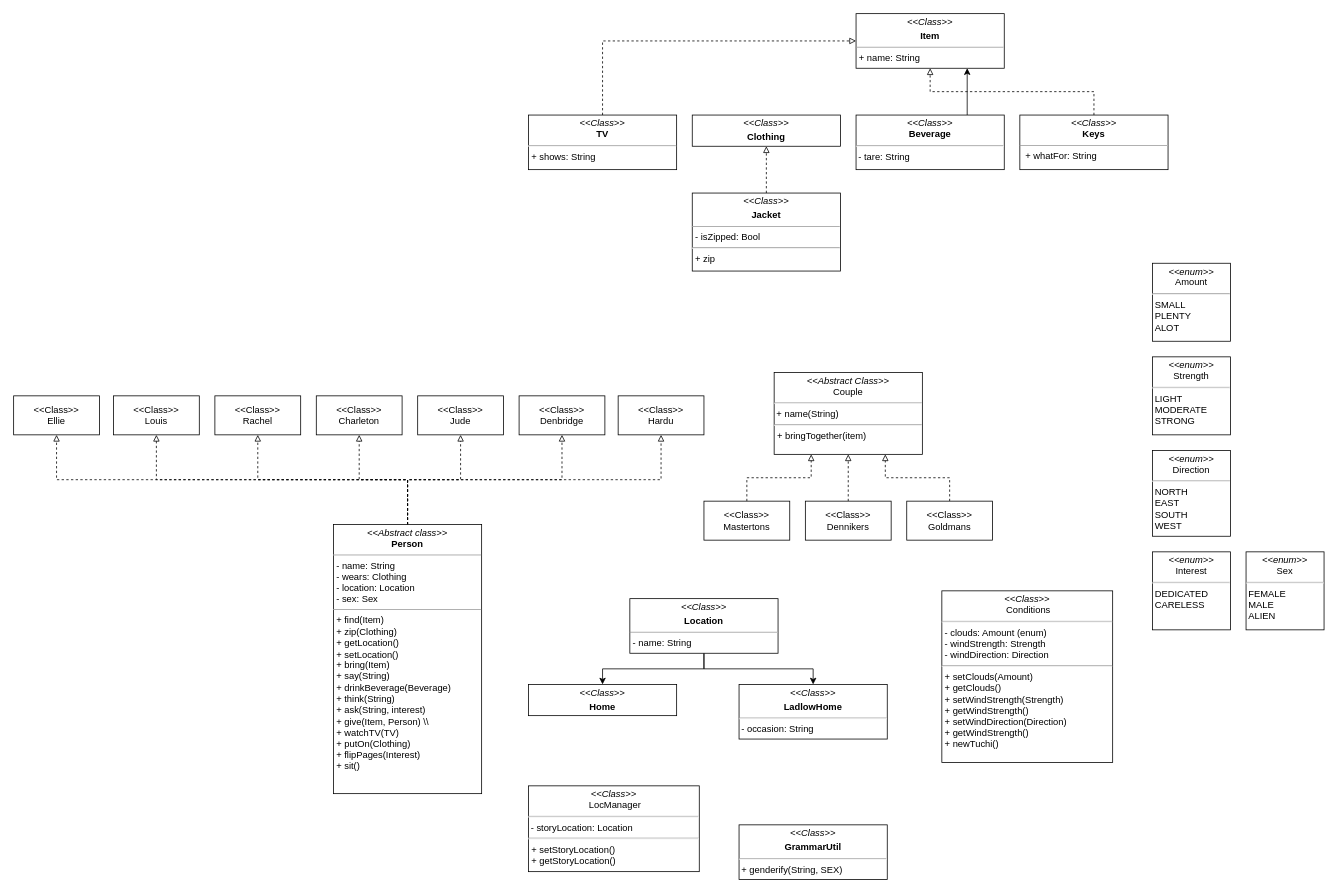
This is Untitled Diagram.drawio from Sat1l/laba4, a draw.io file, before an edit. Source tidied: cells renumbered, new cells numbered last; positions are measured from the earlier drawing's top-left corner, leaving out a move shared by most shapes. Both pictures are drawn from the tidied source at 78%, with x=0, y=0 at pixel (13, 13).
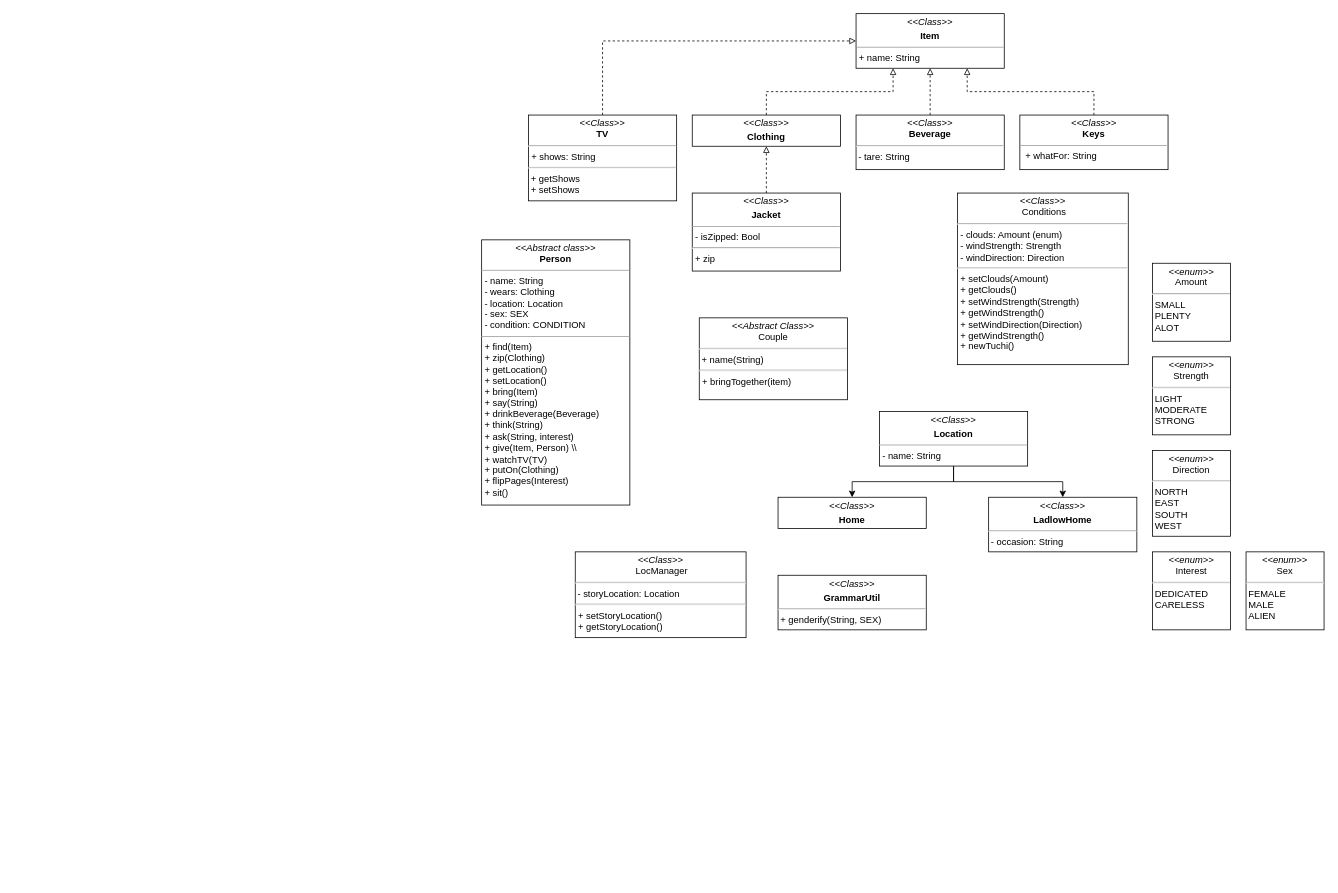
The same page after the edit.

Unchanged cells that the change refers to:
```xml
<mxCell id="10" value="&lt;p style=&quot;margin:0px;margin-top:4px;text-align:center;&quot;&gt;&lt;i&gt;&amp;lt;&amp;lt;&lt;/i&gt;&lt;i&gt;Class&amp;gt;&amp;gt;&lt;/i&gt;&lt;/p&gt;&lt;p style=&quot;margin:0px;margin-top:4px;text-align:center;&quot;&gt;&lt;b&gt;Item&lt;/b&gt;&lt;/p&gt;&lt;hr size=&quot;1&quot;&gt;&lt;p style=&quot;margin:0px;margin-left:4px;&quot;&gt;+ name: String&lt;br&gt;&lt;/p&gt;&lt;p style=&quot;margin:0px;margin-left:4px;&quot;&gt;&lt;br&gt;&lt;/p&gt;" style="verticalAlign=top;align=left;overflow=fill;fontSize=12;fontFamily=Helvetica;html=1;whiteSpace=wrap;" parent="1" vertex="1">
  <mxGeometry x="1080" width="190" height="70" as="geometry" />
</mxCell>
<mxCell id="14" value="&lt;p style=&quot;margin:0px;margin-top:4px;text-align:center;&quot;&gt;&lt;i&gt;&amp;lt;&amp;lt;Class&amp;gt;&amp;gt;&lt;/i&gt;&lt;br&gt;&lt;b&gt;Beverage&lt;/b&gt;&lt;/p&gt;&lt;hr&gt;&amp;nbsp;- tare: String&lt;p style=&quot;margin:0px;margin-top:4px;text-align:center;&quot;&gt;&lt;b&gt;&lt;br&gt;&lt;/b&gt;&lt;/p&gt;&lt;p style=&quot;margin:0px;margin-left:4px;&quot;&gt;&lt;br&gt;&lt;/p&gt;" style="verticalAlign=top;align=left;overflow=fill;fontSize=12;fontFamily=Helvetica;html=1;whiteSpace=wrap;" parent="1" vertex="1">
  <mxGeometry x="1080" y="130" width="190" height="70" as="geometry" />
</mxCell>
<mxCell id="16" value="&lt;p style=&quot;margin:0px;margin-top:4px;text-align:center;&quot;&gt;&lt;i&gt;&amp;lt;&amp;lt;Class&amp;gt;&amp;gt;&lt;/i&gt;&lt;br&gt;&lt;b&gt;Keys&lt;/b&gt;&lt;/p&gt;&lt;hr size=&quot;1&quot;&gt;&lt;p style=&quot;margin:0px;margin-left:4px;&quot;&gt;&amp;nbsp;+ whatFor: String&lt;/p&gt;" style="verticalAlign=top;align=left;overflow=fill;fontSize=12;fontFamily=Helvetica;html=1;whiteSpace=wrap;" parent="1" vertex="1">
  <mxGeometry x="1290" y="130" width="190" height="70" as="geometry" />
</mxCell>
<mxCell id="44" value="&lt;p style=&quot;margin:0px;margin-top:4px;text-align:center;&quot;&gt;&lt;i&gt;&amp;lt;&amp;lt;Class&lt;/i&gt;&lt;i&gt;&amp;gt;&amp;gt;&lt;/i&gt;&lt;/p&gt;&lt;p style=&quot;margin:0px;margin-top:4px;text-align:center;&quot;&gt;&lt;b&gt;Clothing&lt;/b&gt;&lt;/p&gt;&lt;p style=&quot;margin:0px;margin-left:4px;&quot;&gt;&lt;br&gt;&lt;/p&gt;" style="verticalAlign=top;align=left;overflow=fill;fontSize=12;fontFamily=Helvetica;html=1;whiteSpace=wrap;" parent="1" vertex="1">
  <mxGeometry x="870" y="130" width="190" height="40" as="geometry" />
</mxCell>
```

The edit, as a diff of the source:
```diff
@@
-    <mxCell id="2" style="edgeStyle=orthogonalEdgeStyle;rounded=0;jettySize=auto;html=1;exitX=0.5;exitY=0;exitDx=0;exitDy=0;dashed=1;endArrow=block;endFill=0;" parent="1" edge="1" source="9" target="23">
-      <mxGeometry relative="1" as="geometry" />
-    </mxCell>
-    <mxCell id="3" style="edgeStyle=orthogonalEdgeStyle;rounded=0;jettySize=auto;html=1;exitX=0.5;exitY=0;exitDx=0;exitDy=0;entryX=0.5;entryY=1;entryDx=0;entryDy=0;dashed=1;endArrow=block;endFill=0;" parent="1" edge="1" source="9" target="24">
-      <mxGeometry relative="1" as="geometry" />
-    </mxCell>
-    <mxCell id="4" style="edgeStyle=orthogonalEdgeStyle;rounded=0;jettySize=auto;html=1;exitX=0.5;exitY=0;exitDx=0;exitDy=0;entryX=0.5;entryY=1;entryDx=0;entryDy=0;dashed=1;endArrow=block;endFill=0;" parent="1" edge="1" source="9" target="25">
-      <mxGeometry relative="1" as="geometry" />
-    </mxCell>
-    <mxCell id="5" style="edgeStyle=orthogonalEdgeStyle;rounded=0;jettySize=auto;html=1;exitX=0.5;exitY=0;exitDx=0;exitDy=0;dashed=1;endArrow=block;endFill=0;" parent="1" edge="1" source="9" target="26">
-      <mxGeometry relative="1" as="geometry" />
-    </mxCell>
-    <mxCell id="6" style="edgeStyle=orthogonalEdgeStyle;rounded=0;jettySize=auto;html=1;exitX=0.5;exitY=0;exitDx=0;exitDy=0;dashed=1;endArrow=block;endFill=0;" parent="1" edge="1" source="9" target="21">
-      <mxGeometry relative="1" as="geometry" />
-    </mxCell>
-    <mxCell id="7" style="edgeStyle=orthogonalEdgeStyle;rounded=0;jettySize=auto;html=1;exitX=0.5;exitY=0;exitDx=0;exitDy=0;entryX=0.5;entryY=1;entryDx=0;entryDy=0;dashed=1;endArrow=block;endFill=0;" parent="1" edge="1" source="9" target="22">
-      <mxGeometry relative="1" as="geometry" />
-    </mxCell>
-    <mxCell id="8" style="edgeStyle=orthogonalEdgeStyle;rounded=0;jettySize=auto;html=1;exitX=0.5;exitY=0;exitDx=0;exitDy=0;entryX=0.5;entryY=1;entryDx=0;entryDy=0;dashed=1;endArrow=block;endFill=0;" parent="1" edge="1" source="9" target="36">
-      <mxGeometry relative="1" as="geometry" />
-    </mxCell>
-    <mxCell id="9" value="&lt;p style=&quot;margin:0px;margin-top:4px;text-align:center;&quot;&gt;&lt;i&gt;&amp;lt;&amp;lt;Abstract class&amp;gt;&amp;gt;&lt;/i&gt;&lt;br&gt;&lt;b&gt;Person&lt;/b&gt;&lt;/p&gt;&lt;hr size=&quot;1&quot;&gt;&lt;p style=&quot;margin:0px;margin-left:4px;&quot;&gt;- name: String&lt;/p&gt;&lt;p style=&quot;margin:0px;margin-left:4px;&quot;&gt;- wears: Clothing&lt;/p&gt;&lt;p style=&quot;margin:0px;margin-left:4px;&quot;&gt;- location: Location&lt;/p&gt;&lt;p style=&quot;margin:0px;margin-left:4px;&quot;&gt;- sex: Sex&lt;/p&gt;&lt;hr size=&quot;1&quot;&gt;&lt;p style=&quot;margin:0px;margin-left:4px;&quot;&gt;+ find(Item)&lt;br&gt;+ zip(Clothing)&lt;/p&gt;&lt;p style=&quot;border-color: var(--border-color); margin: 0px 0px 0px 4px;&quot;&gt;+ getLocation()&lt;/p&gt;&lt;p style=&quot;border-color: var(--border-color); margin: 0px 0px 0px 4px;&quot;&gt;+ setLocation()&lt;/p&gt;&lt;p style=&quot;margin:0px;margin-left:4px;&quot;&gt;+ bring(Item)&lt;/p&gt;&lt;p style=&quot;margin:0px;margin-left:4px;&quot;&gt;+ say(String)&lt;/p&gt;&lt;p style=&quot;margin:0px;margin-left:4px;&quot;&gt;+ drinkBeverage(Beverage)&lt;/p&gt;&lt;p style=&quot;margin:0px;margin-left:4px;&quot;&gt;+ think(String)&lt;/p&gt;&lt;p style=&quot;margin:0px;margin-left:4px;&quot;&gt;+ ask(String, interest)&lt;/p&gt;&lt;p style=&quot;margin:0px;margin-left:4px;&quot;&gt;+ give(Item, Person) \\&lt;/p&gt;&lt;p style=&quot;margin:0px;margin-left:4px;&quot;&gt;+ watchTV(TV)&lt;/p&gt;&lt;p style=&quot;margin:0px;margin-left:4px;&quot;&gt;+ putOn(Clothing)&lt;/p&gt;&lt;p style=&quot;margin:0px;margin-left:4px;&quot;&gt;+ flipPages(Interest)&lt;/p&gt;&lt;p style=&quot;margin:0px;margin-left:4px;&quot;&gt;+ sit()&lt;/p&gt;" style="verticalAlign=top;align=left;overflow=fill;fontSize=12;fontFamily=Helvetica;html=1;whiteSpace=wrap;" parent="1" vertex="1">
-      <mxGeometry x="410" y="655" width="190" height="345" as="geometry" />
+    <mxCell id="9" value="&lt;p style=&quot;margin:0px;margin-top:4px;text-align:center;&quot;&gt;&lt;i&gt;&amp;lt;&amp;lt;Abstract class&amp;gt;&amp;gt;&lt;/i&gt;&lt;br&gt;&lt;b&gt;Person&lt;/b&gt;&lt;/p&gt;&lt;hr size=&quot;1&quot;&gt;&lt;p style=&quot;margin:0px;margin-left:4px;&quot;&gt;- name: String&lt;/p&gt;&lt;p style=&quot;margin:0px;margin-left:4px;&quot;&gt;- wears: Clothing&lt;/p&gt;&lt;p style=&quot;margin:0px;margin-left:4px;&quot;&gt;- location: Location&lt;/p&gt;&lt;p style=&quot;margin:0px;margin-left:4px;&quot;&gt;- sex: SEX&lt;/p&gt;&lt;p style=&quot;margin:0px;margin-left:4px;&quot;&gt;- condition: CONDITION&lt;/p&gt;&lt;hr size=&quot;1&quot;&gt;&lt;p style=&quot;margin:0px;margin-left:4px;&quot;&gt;+ find(Item)&lt;br&gt;+ zip(Clothing)&lt;/p&gt;&lt;p style=&quot;border-color: var(--border-color); margin: 0px 0px 0px 4px;&quot;&gt;+ getLocation()&lt;/p&gt;&lt;p style=&quot;border-color: var(--border-color); margin: 0px 0px 0px 4px;&quot;&gt;+ setLocation()&lt;/p&gt;&lt;p style=&quot;margin:0px;margin-left:4px;&quot;&gt;+ bring(Item)&lt;/p&gt;&lt;p style=&quot;margin:0px;margin-left:4px;&quot;&gt;+ say(String)&lt;/p&gt;&lt;p style=&quot;margin:0px;margin-left:4px;&quot;&gt;+ drinkBeverage(Beverage)&lt;/p&gt;&lt;p style=&quot;margin:0px;margin-left:4px;&quot;&gt;+ think(String)&lt;/p&gt;&lt;p style=&quot;margin:0px;margin-left:4px;&quot;&gt;+ ask(String, interest)&lt;/p&gt;&lt;p style=&quot;margin:0px;margin-left:4px;&quot;&gt;+ give(Item, Person) \\&lt;/p&gt;&lt;p style=&quot;margin:0px;margin-left:4px;&quot;&gt;+ watchTV(TV)&lt;/p&gt;&lt;p style=&quot;margin:0px;margin-left:4px;&quot;&gt;+ putOn(Clothing)&lt;/p&gt;&lt;p style=&quot;margin:0px;margin-left:4px;&quot;&gt;+ flipPages(Interest)&lt;/p&gt;&lt;p style=&quot;margin:0px;margin-left:4px;&quot;&gt;+ sit()&lt;/p&gt;" style="verticalAlign=top;align=left;overflow=fill;fontSize=12;fontFamily=Helvetica;html=1;whiteSpace=wrap;" parent="1" vertex="1">
+      <mxGeometry x="600" y="290" width="190" height="340" as="geometry" />
     </mxCell>
@@
-    <mxCell id="13" style="edgeStyle=orthogonalEdgeStyle;rounded=0;jettySize=auto;html=1;exitX=0.75;exitY=0;exitDx=0;exitDy=0;entryX=0.75;entryY=1;entryDx=0;entryDy=0;" parent="1" edge="1" source="14" target="10">
+    <mxCell id="13" style="edgeStyle=orthogonalEdgeStyle;rounded=0;jettySize=auto;html=1;exitX=0.5;exitY=0;exitDx=0;exitDy=0;entryX=0.5;entryY=1;entryDx=0;entryDy=0;dashed=1;endArrow=block;endFill=0;" parent="1" edge="1" source="14" target="10">
       <mxGeometry relative="1" as="geometry" />
     </mxCell>
@@
-    <mxCell id="15" style="edgeStyle=orthogonalEdgeStyle;rounded=0;jettySize=auto;html=1;exitX=0.5;exitY=0;exitDx=0;exitDy=0;entryX=0.5;entryY=1;entryDx=0;entryDy=0;endArrow=block;endFill=0;dashed=1;" parent="1" edge="1" source="16" target="10">
+    <mxCell id="15" style="edgeStyle=orthogonalEdgeStyle;rounded=0;jettySize=auto;html=1;exitX=0.5;exitY=0;exitDx=0;exitDy=0;entryX=0.75;entryY=1;entryDx=0;entryDy=0;dashed=1;endArrow=block;endFill=0;" parent="1" edge="1" source="16" target="10">
       <mxGeometry relative="1" as="geometry" />
     </mxCell>
@@
     <mxCell id="19" value="&lt;p style=&quot;margin:0px;margin-top:4px;text-align:center;&quot;&gt;&lt;i&gt;&amp;lt;&amp;lt;Class&lt;/i&gt;&lt;i&gt;&amp;gt;&amp;gt;&lt;/i&gt;&lt;/p&gt;&lt;p style=&quot;margin:0px;margin-top:4px;text-align:center;&quot;&gt;&lt;b&gt;Location&lt;/b&gt;&lt;/p&gt;&lt;hr size=&quot;1&quot;&gt;&lt;p style=&quot;margin:0px;margin-left:4px;&quot;&gt;- name: String&lt;/p&gt;&lt;p style=&quot;margin:0px;margin-left:4px;&quot;&gt;&lt;br&gt;&lt;/p&gt;" style="verticalAlign=top;align=left;overflow=fill;fontSize=12;fontFamily=Helvetica;html=1;whiteSpace=wrap;" parent="1" vertex="1">
-      <mxGeometry x="790" y="750" width="190" height="70" as="geometry" />
+      <mxGeometry x="1110" y="510" width="190" height="70" as="geometry" />
     </mxCell>
     <mxCell id="20" value="&lt;p style=&quot;margin:0px;margin-top:4px;text-align:center;&quot;&gt;&lt;i&gt;&amp;lt;&amp;lt;Class&lt;/i&gt;&lt;i&gt;&amp;gt;&amp;gt;&lt;/i&gt;&lt;/p&gt;&lt;p style=&quot;margin:0px;margin-top:4px;text-align:center;&quot;&gt;&lt;b&gt;Home&lt;/b&gt;&lt;/p&gt;" style="verticalAlign=top;align=left;overflow=fill;fontSize=12;fontFamily=Helvetica;html=1;whiteSpace=wrap;" parent="1" vertex="1">
-      <mxGeometry x="660" y="860" width="190" height="40" as="geometry" />
+      <mxGeometry x="980" y="620" width="190" height="40" as="geometry" />
     </mxCell>
-    <mxCell id="21" value="&amp;lt;&amp;lt;Class&amp;gt;&amp;gt;&lt;br&gt;Louis" style="html=1;whiteSpace=wrap;" parent="1" vertex="1">
-      <mxGeometry x="128" y="490" width="110" height="50" as="geometry" />
-    </mxCell>
-    <mxCell id="22" value="&amp;lt;&amp;lt;Class&amp;gt;&amp;gt;&lt;br&gt;Rachel" style="html=1;whiteSpace=wrap;" parent="1" vertex="1">
-      <mxGeometry x="258" y="490" width="110" height="50" as="geometry" />
-    </mxCell>
-    <mxCell id="23" value="&amp;lt;&amp;lt;Class&amp;gt;&amp;gt;&lt;br&gt;Charleton" style="html=1;whiteSpace=wrap;" parent="1" vertex="1">
-      <mxGeometry x="388" y="490" width="110" height="50" as="geometry" />
-    </mxCell>
-    <mxCell id="24" value="&amp;lt;&amp;lt;Class&amp;gt;&amp;gt;&lt;br&gt;Jude" style="html=1;whiteSpace=wrap;" parent="1" vertex="1">
-      <mxGeometry x="518" y="490" width="110" height="50" as="geometry" />
-    </mxCell>
-    <mxCell id="25" value="&amp;lt;&amp;lt;Class&amp;gt;&amp;gt;&lt;br&gt;Denbridge" style="html=1;whiteSpace=wrap;" parent="1" vertex="1">
-      <mxGeometry x="648" y="490" width="110" height="50" as="geometry" />
-    </mxCell>
-    <mxCell id="26" value="&amp;lt;&amp;lt;Class&amp;gt;&amp;gt;&lt;br&gt;Hardu" style="html=1;whiteSpace=wrap;" parent="1" vertex="1">
-      <mxGeometry x="775" y="490" width="110" height="50" as="geometry" />
-    </mxCell>
     <mxCell id="27" value="&lt;p style=&quot;margin:0px;margin-top:4px;text-align:center;&quot;&gt;&lt;i&gt;&amp;lt;&amp;lt;Abstract Class&amp;gt;&amp;gt;&lt;/i&gt;&lt;br&gt;Couple&lt;/p&gt;&lt;hr&gt;&amp;nbsp;+ name(String)&lt;br&gt;&lt;hr&gt;&lt;p style=&quot;margin:0px;margin-left:4px;&quot;&gt;+ bringTogether(item)&lt;/p&gt;" style="verticalAlign=top;align=left;overflow=fill;fontSize=12;fontFamily=Helvetica;html=1;whiteSpace=wrap;" parent="1" vertex="1">
-      <mxGeometry x="975" y="460" width="190" height="105" as="geometry" />
+      <mxGeometry x="879" y="390" width="190" height="105" as="geometry" />
     </mxCell>
-    <mxCell id="28" style="edgeStyle=orthogonalEdgeStyle;rounded=0;jettySize=auto;html=1;exitX=0.5;exitY=0;exitDx=0;exitDy=0;entryX=0.25;entryY=1;entryDx=0;entryDy=0;dashed=1;endArrow=block;endFill=0;" parent="1" edge="1" source="29" target="27">
-      <mxGeometry relative="1" as="geometry" />
-    </mxCell>
-    <mxCell id="29" value="&amp;lt;&amp;lt;Class&amp;gt;&amp;gt;&lt;br&gt;Mastertons" style="html=1;whiteSpace=wrap;" parent="1" vertex="1">
-      <mxGeometry x="885" y="625" width="110" height="50" as="geometry" />
-    </mxCell>
-    <mxCell id="30" style="edgeStyle=orthogonalEdgeStyle;rounded=0;jettySize=auto;html=1;exitX=0.5;exitY=0;exitDx=0;exitDy=0;entryX=0.5;entryY=1;entryDx=0;entryDy=0;dashed=1;endArrow=block;endFill=0;" parent="1" edge="1" source="31" target="27">
-      <mxGeometry relative="1" as="geometry" />
-    </mxCell>
-    <mxCell id="31" value="&amp;lt;&amp;lt;Class&amp;gt;&amp;gt;&lt;br&gt;Dennikers" style="html=1;whiteSpace=wrap;" parent="1" vertex="1">
-      <mxGeometry x="1015" y="625" width="110" height="50" as="geometry" />
-    </mxCell>
-    <mxCell id="32" style="edgeStyle=orthogonalEdgeStyle;rounded=0;jettySize=auto;html=1;exitX=0.5;exitY=0;exitDx=0;exitDy=0;entryX=0.75;entryY=1;entryDx=0;entryDy=0;dashed=1;endArrow=block;endFill=0;" parent="1" edge="1" source="33" target="27">
-      <mxGeometry relative="1" as="geometry" />
-    </mxCell>
-    <mxCell id="33" value="&amp;lt;&amp;lt;Class&amp;gt;&amp;gt;&lt;br&gt;Goldmans" style="html=1;whiteSpace=wrap;" parent="1" vertex="1">
-      <mxGeometry x="1145" y="625" width="110" height="50" as="geometry" />
-    </mxCell>
@@
-    <mxCell id="35" value="&lt;p style=&quot;margin:0px;margin-top:4px;text-align:center;&quot;&gt;&lt;i&gt;&amp;lt;&amp;lt;Class&amp;gt;&amp;gt;&lt;/i&gt;&lt;br&gt;&lt;b&gt;TV&lt;/b&gt;&lt;/p&gt;&lt;hr&gt;&lt;p style=&quot;margin:0px;margin-left:4px;&quot;&gt;+ shows: String&lt;/p&gt;" style="verticalAlign=top;align=left;overflow=fill;fontSize=12;fontFamily=Helvetica;html=1;whiteSpace=wrap;" parent="1" vertex="1">
-      <mxGeometry x="660" y="130" width="190" height="70" as="geometry" />
+    <mxCell id="35" value="&lt;p style=&quot;margin:0px;margin-top:4px;text-align:center;&quot;&gt;&lt;i&gt;&amp;lt;&amp;lt;Class&amp;gt;&amp;gt;&lt;/i&gt;&lt;br&gt;&lt;b&gt;TV&lt;/b&gt;&lt;/p&gt;&lt;hr&gt;&lt;p style=&quot;margin:0px;margin-left:4px;&quot;&gt;+ shows: String&lt;/p&gt;&lt;hr&gt;&amp;nbsp;+ getShows&lt;br&gt;&amp;nbsp;+ setShows" style="verticalAlign=top;align=left;overflow=fill;fontSize=12;fontFamily=Helvetica;html=1;whiteSpace=wrap;" parent="1" vertex="1">
+      <mxGeometry x="660" y="130" width="190" height="110" as="geometry" />
     </mxCell>
-    <mxCell id="36" value="&amp;lt;&amp;lt;Class&amp;gt;&amp;gt;&lt;br&gt;Ellie" style="html=1;whiteSpace=wrap;" parent="1" vertex="1">
-      <mxGeometry y="490" width="110" height="50" as="geometry" />
-    </mxCell>
@@
     <mxCell id="40" value="&lt;p style=&quot;margin:0px;margin-top:4px;text-align:center;&quot;&gt;&lt;i&gt;&amp;lt;&amp;lt;Class&lt;/i&gt;&lt;i&gt;&amp;gt;&amp;gt;&lt;/i&gt;&lt;/p&gt;&lt;p style=&quot;margin:0px;margin-top:4px;text-align:center;&quot;&gt;&lt;b&gt;LadlowHome&lt;/b&gt;&lt;/p&gt;&lt;hr&gt;&amp;nbsp;- occasion: String" style="verticalAlign=top;align=left;overflow=fill;fontSize=12;fontFamily=Helvetica;html=1;whiteSpace=wrap;" parent="1" vertex="1">
-      <mxGeometry x="930" y="860" width="190" height="70" as="geometry" />
+      <mxGeometry x="1250" y="620" width="190" height="70" as="geometry" />
     </mxCell>
@@
     <mxCell id="42" value="&lt;p style=&quot;margin:0px;margin-top:4px;text-align:center;&quot;&gt;&lt;i&gt;&amp;lt;&amp;lt;Class&amp;gt;&amp;gt;&lt;/i&gt;&lt;br&gt;&amp;nbsp;Conditions&lt;/p&gt;&lt;hr&gt;&lt;p style=&quot;margin:0px;margin-left:4px;&quot;&gt;- clouds: Amount (enum)&lt;br&gt;&lt;/p&gt;&lt;p style=&quot;border-color: var(--border-color); margin: 0px 0px 0px 4px;&quot;&gt;- windStrength: Strength&lt;br style=&quot;border-color: var(--border-color);&quot;&gt;&lt;/p&gt;&lt;p style=&quot;border-color: var(--border-color); margin: 0px 0px 0px 4px;&quot;&gt;- windDirection: Direction&lt;/p&gt;&lt;hr&gt;&lt;p style=&quot;border-color: var(--border-color); margin: 0px 0px 0px 4px;&quot;&gt;+ setClouds(Amount)&lt;/p&gt;&lt;p style=&quot;border-color: var(--border-color); margin: 0px 0px 0px 4px;&quot;&gt;+ getClouds()&lt;/p&gt;&lt;p style=&quot;border-color: var(--border-color); margin: 0px 0px 0px 4px;&quot;&gt;+ setWindStrength(Strength)&lt;/p&gt;&lt;p style=&quot;border-color: var(--border-color); margin: 0px 0px 0px 4px;&quot;&gt;+ getWindStrength()&lt;/p&gt;&lt;p style=&quot;border-color: var(--border-color); margin: 0px 0px 0px 4px;&quot;&gt;+ setWindDirection(Direction)&lt;/p&gt;&lt;p style=&quot;border-color: var(--border-color); margin: 0px 0px 0px 4px;&quot;&gt;+ getWindStrength()&lt;/p&gt;&lt;p style=&quot;margin:0px;margin-left:4px;&quot;&gt;+ newTuchi()&lt;/p&gt;&lt;p style=&quot;margin:0px;margin-left:4px;&quot;&gt;&lt;br&gt;&lt;/p&gt;&lt;p style=&quot;margin:0px;margin-left:4px;&quot;&gt;&lt;br&gt;&lt;/p&gt;&lt;p style=&quot;margin:0px;margin-left:4px;&quot;&gt;&lt;br&gt;&lt;/p&gt;" style="verticalAlign=top;align=left;overflow=fill;fontSize=12;fontFamily=Helvetica;html=1;whiteSpace=wrap;" parent="1" vertex="1">
-      <mxGeometry x="1190" y="740" width="219" height="220" as="geometry" />
+      <mxGeometry x="1210" y="230" width="219" height="220" as="geometry" />
     </mxCell>
     <mxCell id="43" value="&lt;p style=&quot;margin:0px;margin-top:4px;text-align:center;&quot;&gt;&lt;i&gt;&amp;lt;&amp;lt;Class&amp;gt;&amp;gt;&lt;/i&gt;&lt;br&gt;&amp;nbsp;LocManager&lt;/p&gt;&lt;hr&gt;&amp;nbsp;- storyLocation: Location&lt;br&gt;&lt;hr&gt;&lt;p style=&quot;margin:0px;margin-left:4px;&quot;&gt;+ setStoryLocation()&lt;/p&gt;&lt;p style=&quot;margin:0px;margin-left:4px;&quot;&gt;+ getStoryLocation()&lt;/p&gt;" style="verticalAlign=top;align=left;overflow=fill;fontSize=12;fontFamily=Helvetica;html=1;whiteSpace=wrap;" parent="1" vertex="1">
-      <mxGeometry x="660" y="990" width="219" height="110" as="geometry" />
+      <mxGeometry x="720" y="690" width="219" height="110" as="geometry" />
     </mxCell>
+    <mxCell id="47" style="edgeStyle=orthogonalEdgeStyle;rounded=0;jettySize=auto;html=1;exitX=0.5;exitY=0;exitDx=0;exitDy=0;entryX=0.25;entryY=1;entryDx=0;entryDy=0;dashed=1;endArrow=block;endFill=0;" parent="1" edge="1" source="44" target="10">
+      <mxGeometry relative="1" as="geometry" />
+    </mxCell>
@@
     <mxCell id="46" value="&lt;p style=&quot;margin:0px;margin-top:4px;text-align:center;&quot;&gt;&lt;i&gt;&amp;lt;&amp;lt;Class&lt;/i&gt;&lt;i&gt;&amp;gt;&amp;gt;&lt;/i&gt;&lt;/p&gt;&lt;p style=&quot;margin:0px;margin-top:4px;text-align:center;&quot;&gt;&lt;b&gt;GrammarUtil&lt;/b&gt;&lt;/p&gt;&lt;hr&gt;&amp;nbsp;+ genderify(String, SEX)" style="verticalAlign=top;align=left;overflow=fill;fontSize=12;fontFamily=Helvetica;html=1;whiteSpace=wrap;" parent="1" vertex="1">
-      <mxGeometry x="930" y="1040" width="190" height="70" as="geometry" />
+      <mxGeometry x="980" y="720" width="190" height="70" as="geometry" />
     </mxCell>
```
